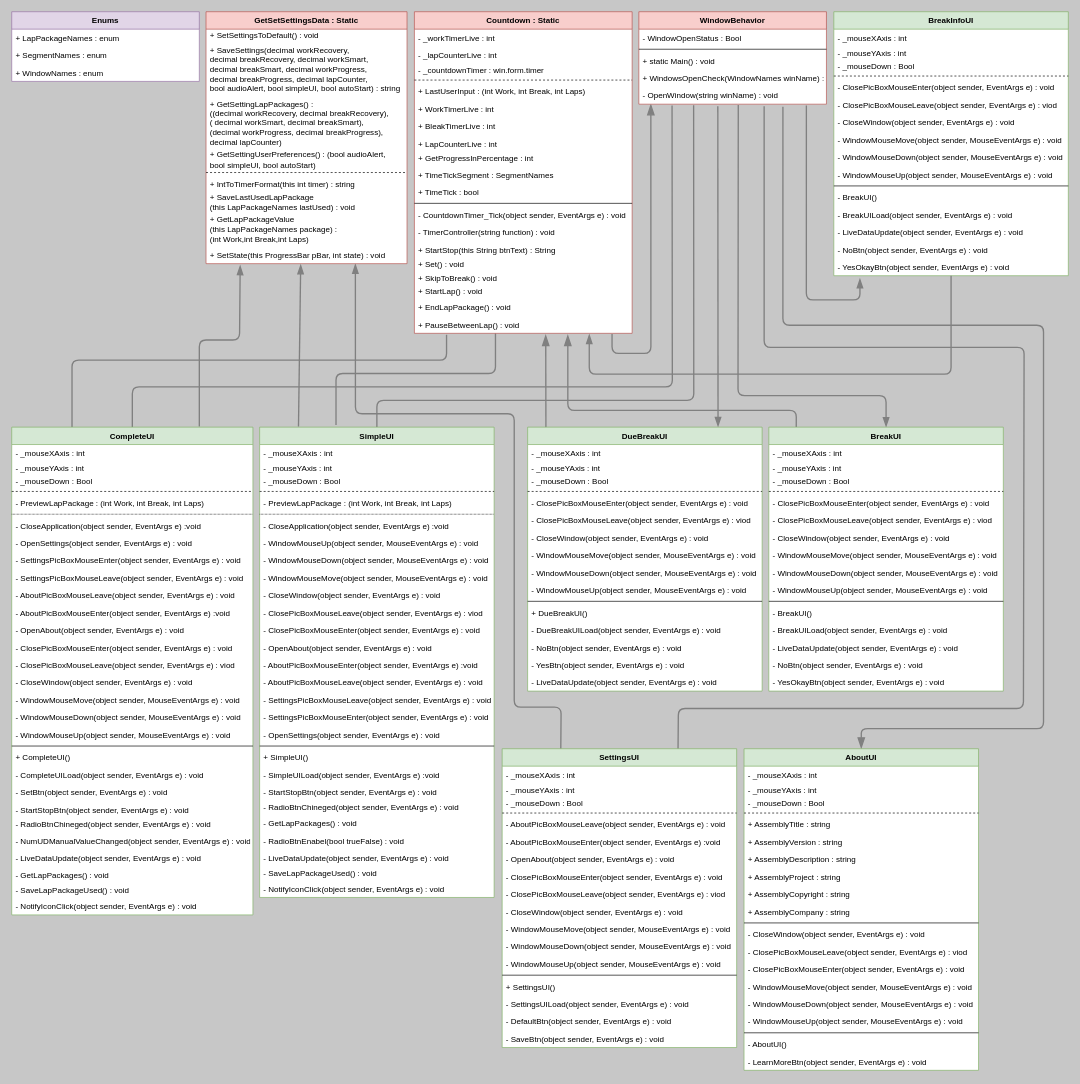
Before: Worker Ant class diagram.drawio in Saman-K/Worker-Ant, a draw.io diagram. Source tidied: cells renumbered, new cells numbered last; positions are measured from the earlier drawing's top-left corner, leaving out a move shared by most shapes. Both pictures are drawn from the tidied source at 67%, with x=0, y=0 at pixel (11, 11).
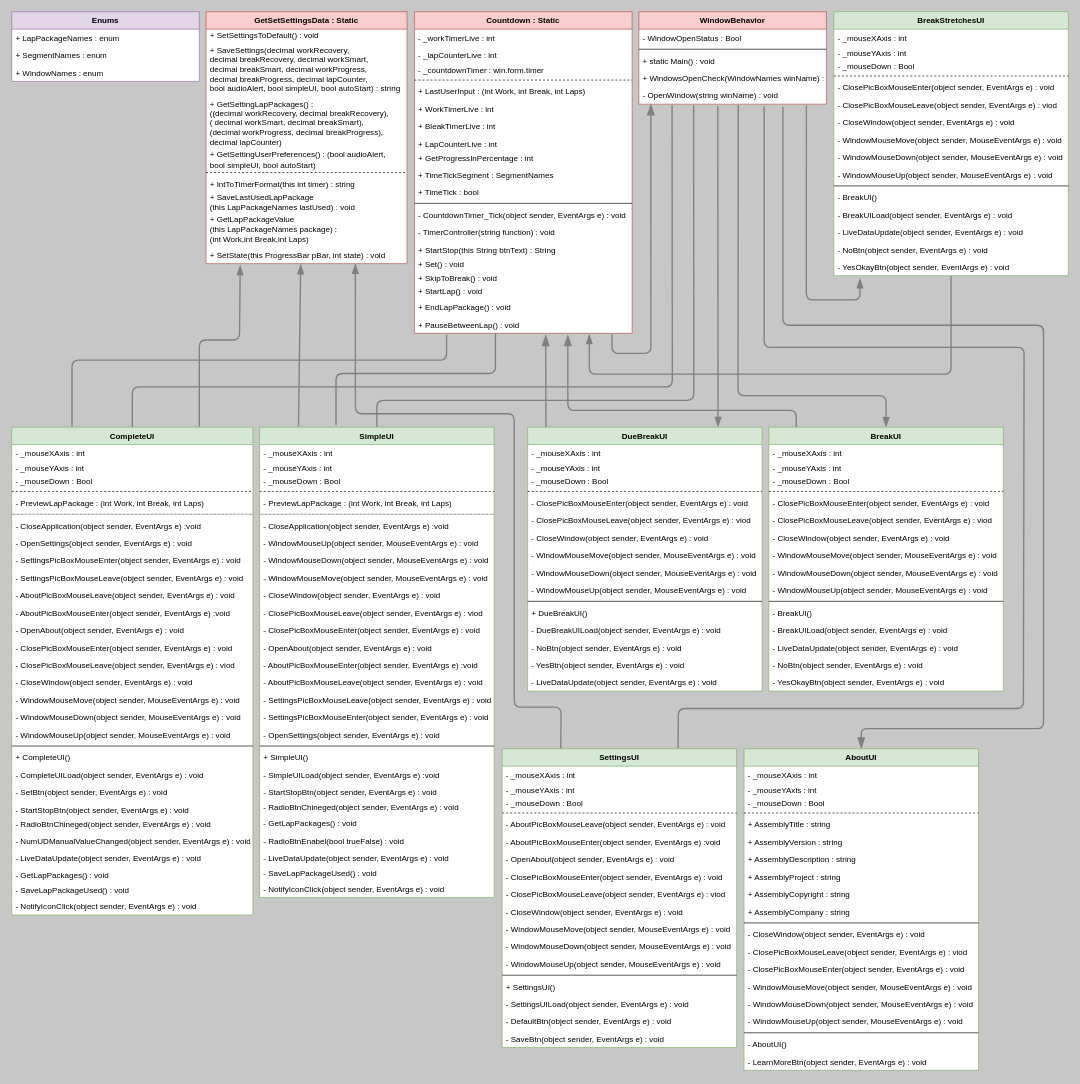
After the change.

Diff of the diagram source:
```diff
@@
-    <mxCell id="42" value="BreakInfoUI" style="swimlane;fontStyle=1;align=center;verticalAlign=top;horizontal=1;startSize=26;fillColor=#d5e8d4;strokeColor=#82b366;swimlaneFillColor=#ffffff;" parent="1" vertex="1">
+    <mxCell id="42" value="BreakStretchesUI" style="swimlane;fontStyle=1;align=center;verticalAlign=top;horizontal=1;startSize=26;fillColor=#d5e8d4;strokeColor=#82b366;swimlaneFillColor=#ffffff;" parent="1" vertex="1">
       <mxGeometry x="1227" width="350" height="394" as="geometry" />
     </mxCell>
```
